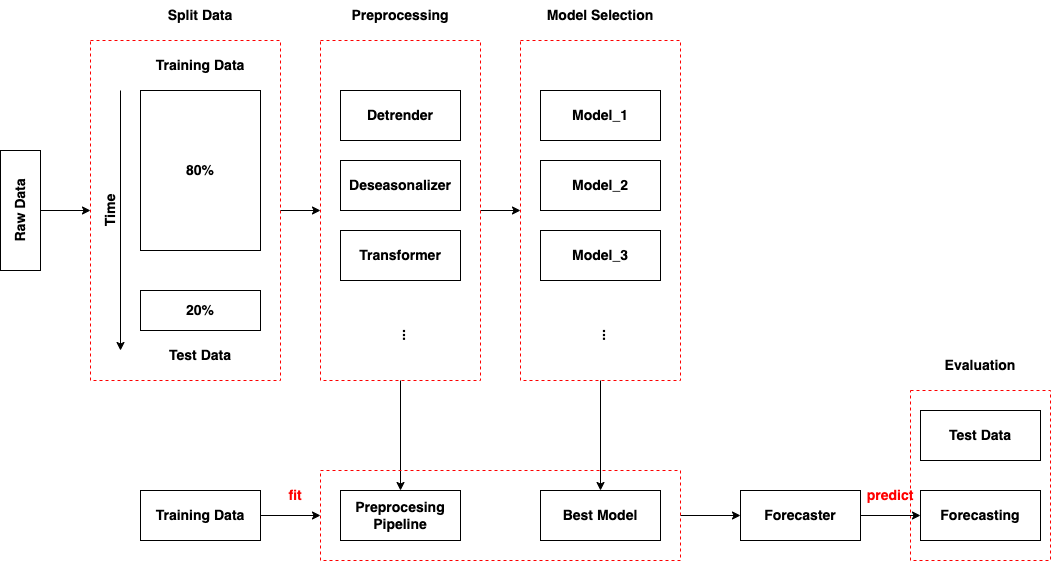
Before: DS/time_series/sktime/img/Forecasting_7.png, a diagram exported from draw.io (lin-chen-DLA/lin-chen-DLA.github.io). Source tidied: cells renumbered, new cells last; positions are measured from the earlier drawing's top-left corner, leaving out a move shared by most shapes.
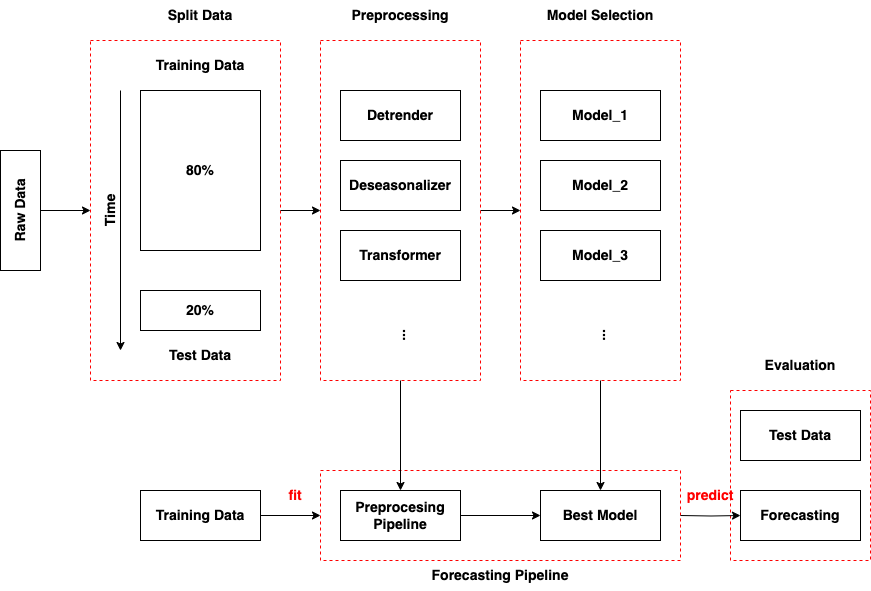
Above is the later version.

Commit message:
Update Time-Series Diagrams

What changed in the source:
```diff
@@ -2,8 +2,11 @@
   <root>
     <mxCell id="0" />
     <mxCell id="1" parent="0" />
+    <mxCell id="30" style="rounded=0;whiteSpace=wrap;html=1;fillColor=none;dashed=1;strokeColor=#FF0000;" parent="1" vertex="1">
+      <mxGeometry x="360" y="470" width="360" height="90" as="geometry" />
+    </mxCell>
     <mxCell id="2" style="rounded=0;whiteSpace=wrap;html=1;fillColor=none;dashed=1;strokeColor=#FF0000;" parent="1" vertex="1">
-      <mxGeometry x="950" y="390" width="140" height="170" as="geometry" />
+      <mxGeometry x="770" y="390" width="140" height="170" as="geometry" />
     </mxCell>
     <mxCell id="3" style="rounded=0;whiteSpace=wrap;html=1;fillColor=none;dashed=1;strokeColor=#FF0000;" parent="1" vertex="1">
       <mxGeometry x="130" y="40" width="190" height="340" as="geometry" />
@@ -80,35 +83,31 @@
     <mxCell id="27" value="&lt;span style=&quot;font-size: 14px;&quot;&gt;&lt;b&gt;Best Model&lt;/b&gt;&lt;/span&gt;" style="rounded=0;whiteSpace=wrap;html=1;" parent="1" vertex="1">
       <mxGeometry x="580" y="490" width="120" height="50" as="geometry" />
     </mxCell>
+    <mxCell id="42" style="edgeStyle=orthogonalEdgeStyle;rounded=0;jettySize=auto;html=1;" parent="1" edge="1" source="28" target="27">
+      <mxGeometry relative="1" as="geometry" />
+    </mxCell>
     <mxCell id="28" value="&lt;span style=&quot;font-size: 14px;&quot;&gt;&lt;b&gt;Preprocesing Pipeline&lt;/b&gt;&lt;/span&gt;" style="rounded=0;whiteSpace=wrap;html=1;" parent="1" vertex="1">
       <mxGeometry x="380" y="490" width="120" height="50" as="geometry" />
     </mxCell>
-    <mxCell id="29" style="edgeStyle=orthogonalEdgeStyle;rounded=0;jettySize=auto;html=1;entryX=0;entryY=0.5;entryDx=0;entryDy=0;" parent="1" edge="1" source="30" target="34">
-      <mxGeometry relative="1" as="geometry" />
-    </mxCell>
-    <mxCell id="30" style="rounded=0;whiteSpace=wrap;html=1;fillColor=none;dashed=1;strokeColor=#FF0000;" parent="1" vertex="1">
-      <mxGeometry x="360" y="470" width="360" height="90" as="geometry" />
-    </mxCell>
     <mxCell id="31" style="edgeStyle=orthogonalEdgeStyle;rounded=0;jettySize=auto;html=1;" parent="1" edge="1" source="32" target="30">
       <mxGeometry relative="1" as="geometry" />
     </mxCell>
     <mxCell id="32" value="&lt;span style=&quot;font-size: 14px;&quot;&gt;&lt;b&gt;Training Data&lt;/b&gt;&lt;/span&gt;" style="rounded=0;whiteSpace=wrap;html=1;" parent="1" vertex="1">
       <mxGeometry x="180" y="490" width="120" height="50" as="geometry" />
     </mxCell>
-    <mxCell id="33" style="edgeStyle=orthogonalEdgeStyle;rounded=0;jettySize=auto;html=1;entryX=0;entryY=0.5;entryDx=0;entryDy=0;" parent="1" edge="1" source="34" target="35">
-      <mxGeometry relative="1" as="geometry" />
+    <mxCell id="33" style="edgeStyle=orthogonalEdgeStyle;rounded=0;jettySize=auto;html=1;entryX=0;entryY=0.5;entryDx=0;entryDy=0;" parent="1" edge="1" target="35">
+      <mxGeometry relative="1" as="geometry">
+        <mxPoint x="720" y="515" as="sourcePoint" />
+      </mxGeometry>
     </mxCell>
-    <mxCell id="34" value="&lt;b style=&quot;border-color: var(--border-color); font-size: 14px;&quot;&gt;Forecaster&lt;/b&gt;" style="rounded=0;whiteSpace=wrap;html=1;" parent="1" vertex="1">
-      <mxGeometry x="780" y="490" width="120" height="50" as="geometry" />
-    </mxCell>
     <mxCell id="35" value="&lt;b style=&quot;border-color: var(--border-color); font-size: 14px;&quot;&gt;Forecasting&lt;/b&gt;" style="rounded=0;whiteSpace=wrap;html=1;" parent="1" vertex="1">
-      <mxGeometry x="960" y="490" width="120" height="50" as="geometry" />
+      <mxGeometry x="780" y="490" width="120" height="50" as="geometry" />
     </mxCell>
     <mxCell id="36" value="&lt;font color=&quot;#ff0000&quot; style=&quot;font-size: 14px;&quot;&gt;&lt;b&gt;fit&lt;/b&gt;&lt;/font&gt;" style="text;html=1;strokeColor=none;fillColor=none;align=center;verticalAlign=middle;whiteSpace=wrap;rounded=0;" parent="1" vertex="1">
       <mxGeometry x="305" y="480" width="60" height="30" as="geometry" />
     </mxCell>
     <mxCell id="37" value="&lt;font color=&quot;#ff0000&quot; style=&quot;font-size: 14px;&quot;&gt;&lt;b&gt;predict&lt;/b&gt;&lt;/font&gt;" style="text;html=1;strokeColor=none;fillColor=none;align=center;verticalAlign=middle;whiteSpace=wrap;rounded=0;" parent="1" vertex="1">
-      <mxGeometry x="900" y="480" width="60" height="30" as="geometry" />
+      <mxGeometry x="720" y="480" width="60" height="30" as="geometry" />
     </mxCell>
     <mxCell id="38" style="endArrow=classic;html=1;rounded=0;" parent="1" edge="1">
       <mxGeometry relative="1" as="geometry">
@@ -120,10 +119,13 @@
       <mxGeometry x="120" y="195" width="60" height="30" as="geometry" />
     </mxCell>
     <mxCell id="40" value="&lt;b style=&quot;border-color: var(--border-color); font-size: 14px;&quot;&gt;Test Data&lt;/b&gt;" style="rounded=0;whiteSpace=wrap;html=1;" parent="1" vertex="1">
-      <mxGeometry x="960" y="410" width="120" height="50" as="geometry" />
+      <mxGeometry x="780" y="410" width="120" height="50" as="geometry" />
     </mxCell>
     <mxCell id="41" value="&lt;font style=&quot;font-size: 14px;&quot;&gt;&lt;b&gt;Evaluation&lt;/b&gt;&lt;/font&gt;" style="text;html=1;strokeColor=none;fillColor=none;align=center;verticalAlign=middle;whiteSpace=wrap;rounded=0;" parent="1" vertex="1">
-      <mxGeometry x="980" y="350" width="80" height="30" as="geometry" />
+      <mxGeometry x="800" y="350" width="80" height="30" as="geometry" />
     </mxCell>
+    <mxCell id="43" value="&lt;font style=&quot;font-size: 14px;&quot;&gt;&lt;b&gt;Forecasting Pipeline&lt;/b&gt;&lt;/font&gt;" style="text;html=1;strokeColor=none;fillColor=none;align=center;verticalAlign=middle;whiteSpace=wrap;rounded=0;" parent="1" vertex="1">
+      <mxGeometry x="450" y="560" width="180" height="30" as="geometry" />
+    </mxCell>
   </root>
 </mxGraphModel>
```
